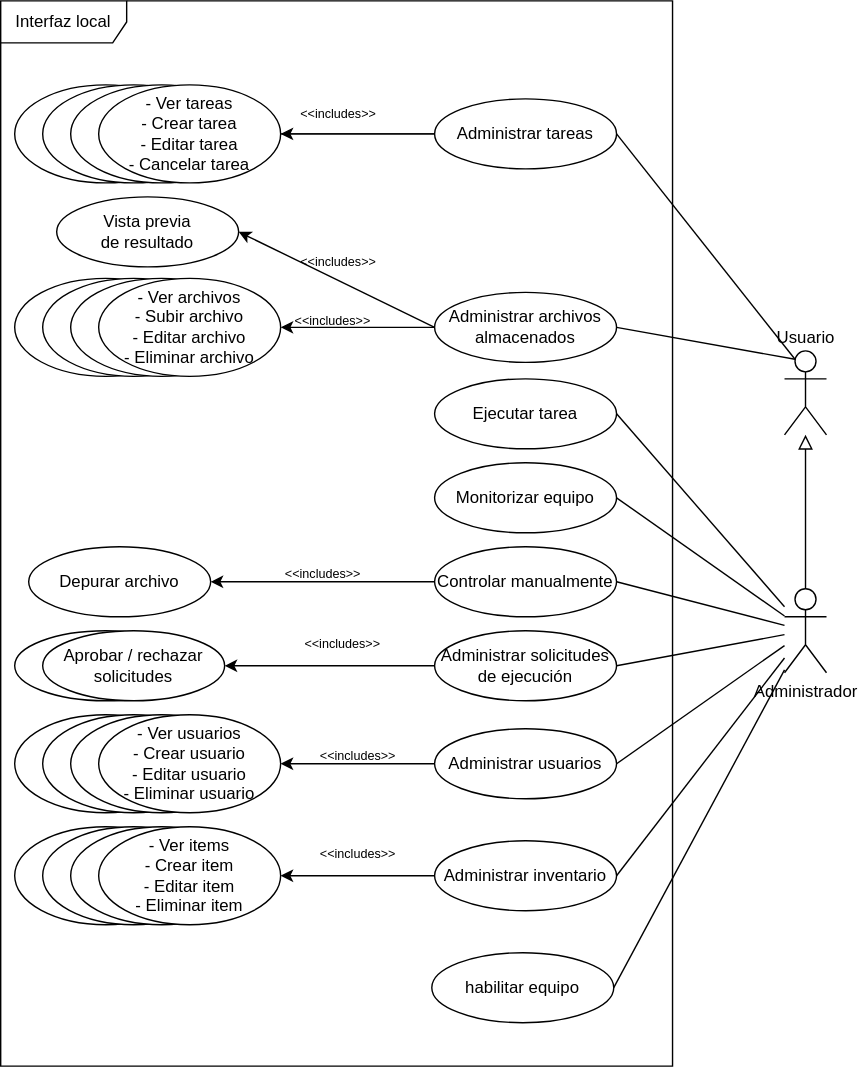
Leandro-Bertoluzzi/remote-cnc keeps this draw.io diagram as docs/design/use-cases/local-interface-use-cases.drawio.svg. Above is the earlier version. Source tidied: cells renumbered, new cells last; positions are measured from the earlier drawing's top-left corner, leaving out a move shared by most shapes.
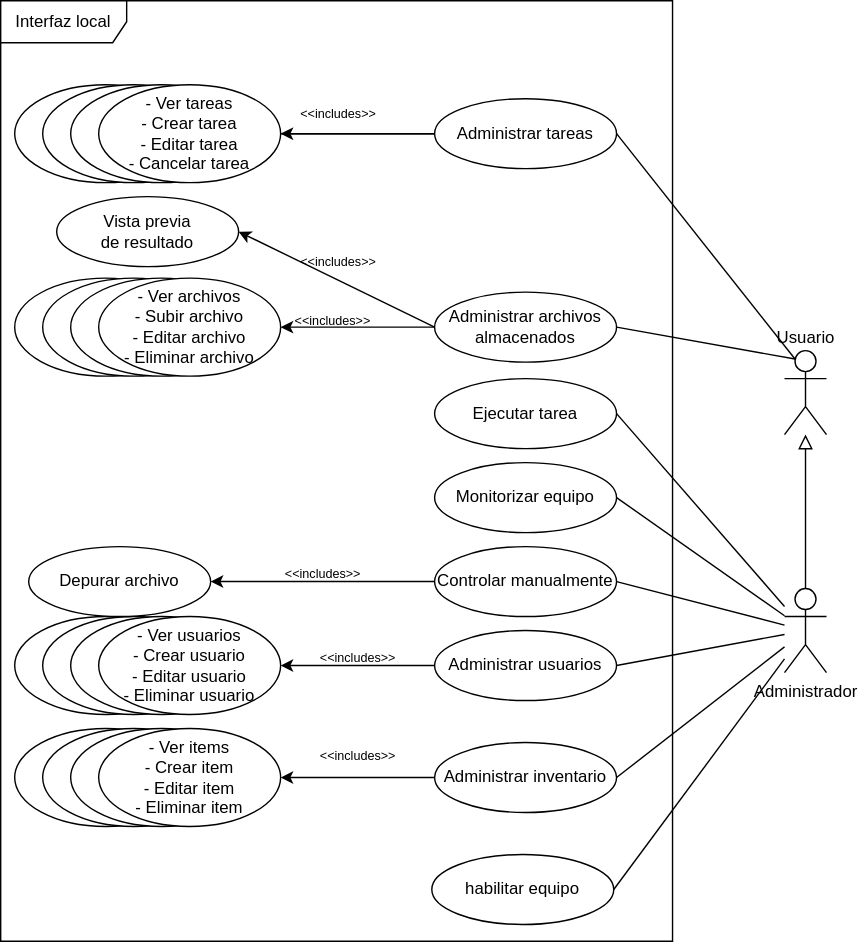
After the commit.

Commit message:
docs: Updated use cases for tasks view

Change to the diagram source:
```diff
@@ -2,9 +2,6 @@
   <root>
     <mxCell id="0" />
     <mxCell id="1" parent="0" />
-    <mxCell id="2" style="ellipse;whiteSpace=wrap;html=1;" parent="1" vertex="1">
-      <mxGeometry x="10" y="450" width="130" height="50" as="geometry" />
-    </mxCell>
     <mxCell id="3" style="ellipse;whiteSpace=wrap;html=1;" parent="1" vertex="1">
       <mxGeometry x="10" y="60" width="130" height="70" as="geometry" />
     </mxCell>
@@ -12,7 +9,7 @@
       <mxGeometry x="30" y="60" width="130" height="70" as="geometry" />
     </mxCell>
     <mxCell id="5" value="Interfaz local" style="shape=umlFrame;whiteSpace=wrap;html=1;width=90;height=30;" parent="1" vertex="1">
-      <mxGeometry width="480" height="761" as="geometry" />
+      <mxGeometry width="480" height="672" as="geometry" />
     </mxCell>
     <mxCell id="6" value="Administrar tareas" style="ellipse;whiteSpace=wrap;html=1;" parent="1" vertex="1">
       <mxGeometry x="310" y="70" width="130" height="50" as="geometry" />
@@ -37,17 +34,11 @@
     <mxCell id="12" value="Controlar manualmente" style="ellipse;whiteSpace=wrap;html=1;" parent="1" vertex="1">
       <mxGeometry x="310" y="390" width="130" height="50" as="geometry" />
     </mxCell>
-    <mxCell id="13" value="&amp;lt;&amp;lt;includes&amp;gt;&amp;gt;" style="rounded=0;jettySize=auto;html=1;entryX=1;entryY=0.5;entryDx=0;entryDy=0;fontSize=9;labelBackgroundColor=none;" parent="1" edge="1" source="14" target="52">
-      <mxGeometry x="-0.12" y="-15" relative="1" as="geometry" />
-    </mxCell>
-    <mxCell id="14" value="Administrar solicitudes&lt;br&gt;de ejecución" style="ellipse;whiteSpace=wrap;html=1;" parent="1" vertex="1">
-      <mxGeometry x="310" y="450" width="130" height="50" as="geometry" />
-    </mxCell>
     <mxCell id="15" value="&amp;lt;&amp;lt;includes&amp;gt;&amp;gt;" style="rounded=0;jettySize=auto;html=1;entryX=1;entryY=0.5;entryDx=0;entryDy=0;labelBackgroundColor=none;fontSize=9;" parent="1" edge="1" source="16" target="47">
       <mxGeometry y="-5" relative="1" as="geometry" />
     </mxCell>
     <mxCell id="16" value="Administrar usuarios" style="ellipse;whiteSpace=wrap;html=1;" parent="1" vertex="1">
-      <mxGeometry x="310" y="520" width="130" height="50" as="geometry" />
+      <mxGeometry x="310" y="450" width="130" height="50" as="geometry" />
     </mxCell>
     <mxCell id="17" value="Vista previa&lt;br&gt;de resultado" style="ellipse;whiteSpace=wrap;html=1;" parent="1" vertex="1">
       <mxGeometry x="40" y="140" width="130" height="50" as="geometry" />
@@ -64,7 +55,7 @@
       <mxGeometry y="-15" relative="1" as="geometry" />
     </mxCell>
     <mxCell id="21" value="Administrar inventario" style="ellipse;whiteSpace=wrap;html=1;" parent="1" vertex="1">
-      <mxGeometry x="310" y="600" width="130" height="50" as="geometry" />
+      <mxGeometry x="310" y="530" width="130" height="50" as="geometry" />
     </mxCell>
     <mxCell id="22" style="edgeStyle=none;html=1;exitX=0.25;exitY=0.1;exitDx=0;exitDy=0;exitPerimeter=0;entryX=1;entryY=0.5;entryDx=0;entryDy=0;endArrow=none;endFill=0;" parent="1" edge="1" source="24" target="10">
       <mxGeometry relative="1" as="geometry" />
@@ -95,9 +86,6 @@
     <mxCell id="30" style="rounded=0;jettySize=auto;html=1;entryX=1;entryY=0.5;entryDx=0;entryDy=0;endArrow=none;endFill=0;" parent="1" edge="1" source="37" target="12">
       <mxGeometry relative="1" as="geometry" />
     </mxCell>
-    <mxCell id="31" style="rounded=0;jettySize=auto;html=1;entryX=1;entryY=0.5;entryDx=0;entryDy=0;endArrow=none;endFill=0;" parent="1" edge="1" source="37" target="14">
-      <mxGeometry relative="1" as="geometry" />
-    </mxCell>
     <mxCell id="32" style="rounded=0;jettySize=auto;html=1;entryX=1;entryY=0.5;entryDx=0;entryDy=0;endArrow=none;endFill=0;" parent="1" edge="1" source="37" target="16">
       <mxGeometry relative="1" as="geometry" />
     </mxCell>
@@ -135,37 +123,34 @@
       <mxGeometry x="70" y="198.2" width="130" height="70" as="geometry" />
     </mxCell>
     <mxCell id="44" style="ellipse;whiteSpace=wrap;html=1;" parent="1" vertex="1">
-      <mxGeometry x="10" y="510" width="130" height="70" as="geometry" />
+      <mxGeometry x="10" y="440" width="130" height="70" as="geometry" />
     </mxCell>
     <mxCell id="45" style="ellipse;whiteSpace=wrap;html=1;" parent="1" vertex="1">
-      <mxGeometry x="30" y="510" width="130" height="70" as="geometry" />
+      <mxGeometry x="30" y="440" width="130" height="70" as="geometry" />
     </mxCell>
     <mxCell id="46" style="ellipse;whiteSpace=wrap;html=1;" parent="1" vertex="1">
-      <mxGeometry x="50" y="510" width="130" height="70" as="geometry" />
+      <mxGeometry x="50" y="440" width="130" height="70" as="geometry" />
     </mxCell>
     <mxCell id="47" value="&lt;div&gt;- Ver usuarios&lt;/div&gt;&lt;div&gt;- Crear usuario&lt;br&gt;&lt;/div&gt;&lt;div&gt;- Editar usuario&lt;br&gt;&lt;/div&gt;&lt;div&gt;- Eliminar usuario&lt;br&gt;&lt;/div&gt;" style="ellipse;whiteSpace=wrap;html=1;" parent="1" vertex="1">
-      <mxGeometry x="70" y="510" width="130" height="70" as="geometry" />
+      <mxGeometry x="70" y="440" width="130" height="70" as="geometry" />
     </mxCell>
     <mxCell id="48" style="ellipse;whiteSpace=wrap;html=1;" parent="1" vertex="1">
-      <mxGeometry x="10" y="590" width="130" height="70" as="geometry" />
+      <mxGeometry x="10" y="520" width="130" height="70" as="geometry" />
     </mxCell>
     <mxCell id="49" style="ellipse;whiteSpace=wrap;html=1;" parent="1" vertex="1">
-      <mxGeometry x="30" y="590" width="130" height="70" as="geometry" />
+      <mxGeometry x="30" y="520" width="130" height="70" as="geometry" />
     </mxCell>
     <mxCell id="50" style="ellipse;whiteSpace=wrap;html=1;" parent="1" vertex="1">
-      <mxGeometry x="50" y="590" width="130" height="70" as="geometry" />
+      <mxGeometry x="50" y="520" width="130" height="70" as="geometry" />
     </mxCell>
     <mxCell id="51" value="&lt;div&gt;- Ver items&lt;/div&gt;&lt;div&gt;- Crear item&lt;br&gt;&lt;/div&gt;&lt;div&gt;- Editar item&lt;br&gt;&lt;/div&gt;&lt;div&gt;- Eliminar item&lt;br&gt;&lt;/div&gt;" style="ellipse;whiteSpace=wrap;html=1;" parent="1" vertex="1">
-      <mxGeometry x="70" y="590" width="130" height="70" as="geometry" />
+      <mxGeometry x="70" y="520" width="130" height="70" as="geometry" />
     </mxCell>
-    <mxCell id="52" value="&lt;div&gt;Aprobar / rechazar&lt;/div&gt;&lt;div&gt;solicitudes&lt;br&gt;&lt;/div&gt;" style="ellipse;whiteSpace=wrap;html=1;" parent="1" vertex="1">
-      <mxGeometry x="30" y="450" width="130" height="50" as="geometry" />
-    </mxCell>
     <mxCell id="53" value="Depurar archivo" style="ellipse;whiteSpace=wrap;html=1;" parent="1" vertex="1">
       <mxGeometry x="20" y="390" width="130" height="50" as="geometry" />
     </mxCell>
     <mxCell id="54" value="habilitar equipo" style="ellipse;whiteSpace=wrap;html=1;" parent="1" vertex="1">
-      <mxGeometry x="308" y="680" width="130" height="50" as="geometry" />
+      <mxGeometry x="308" y="610" width="130" height="50" as="geometry" />
     </mxCell>
   </root>
 </mxGraphModel>
```
